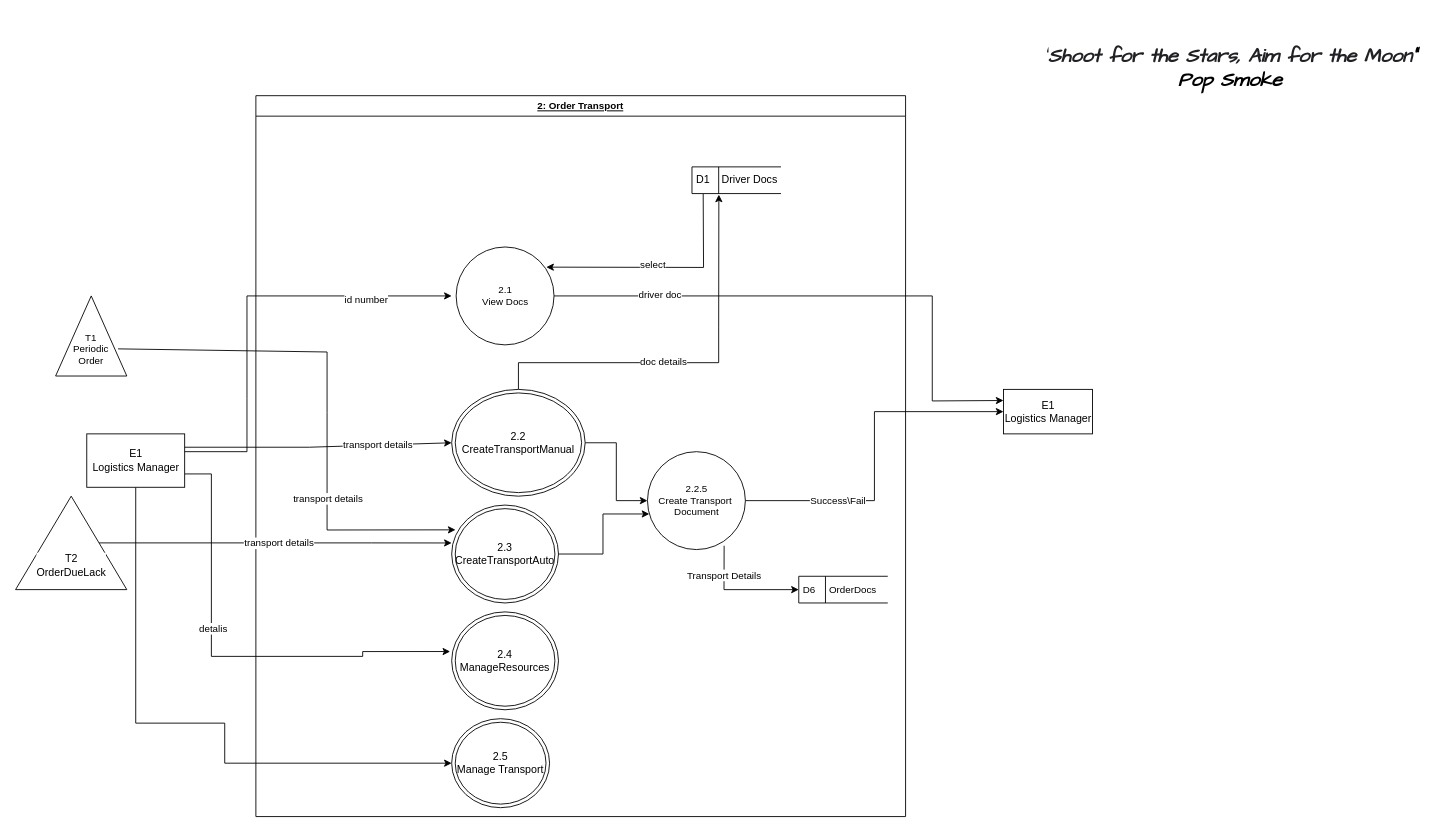
Earlier version of the draw.io diagram page "2" (1 of 6) of docs/DFD/DFDTransport.drawio (Naveavra/Market). Source tidied: cells renumbered, new cells numbered last; positions are measured from the earlier drawing's top-left corner, leaving out a move shared by most shapes. Both pictures are drawn from the tidied source at 89%, with x=0, y=0 at pixel (24, 15).
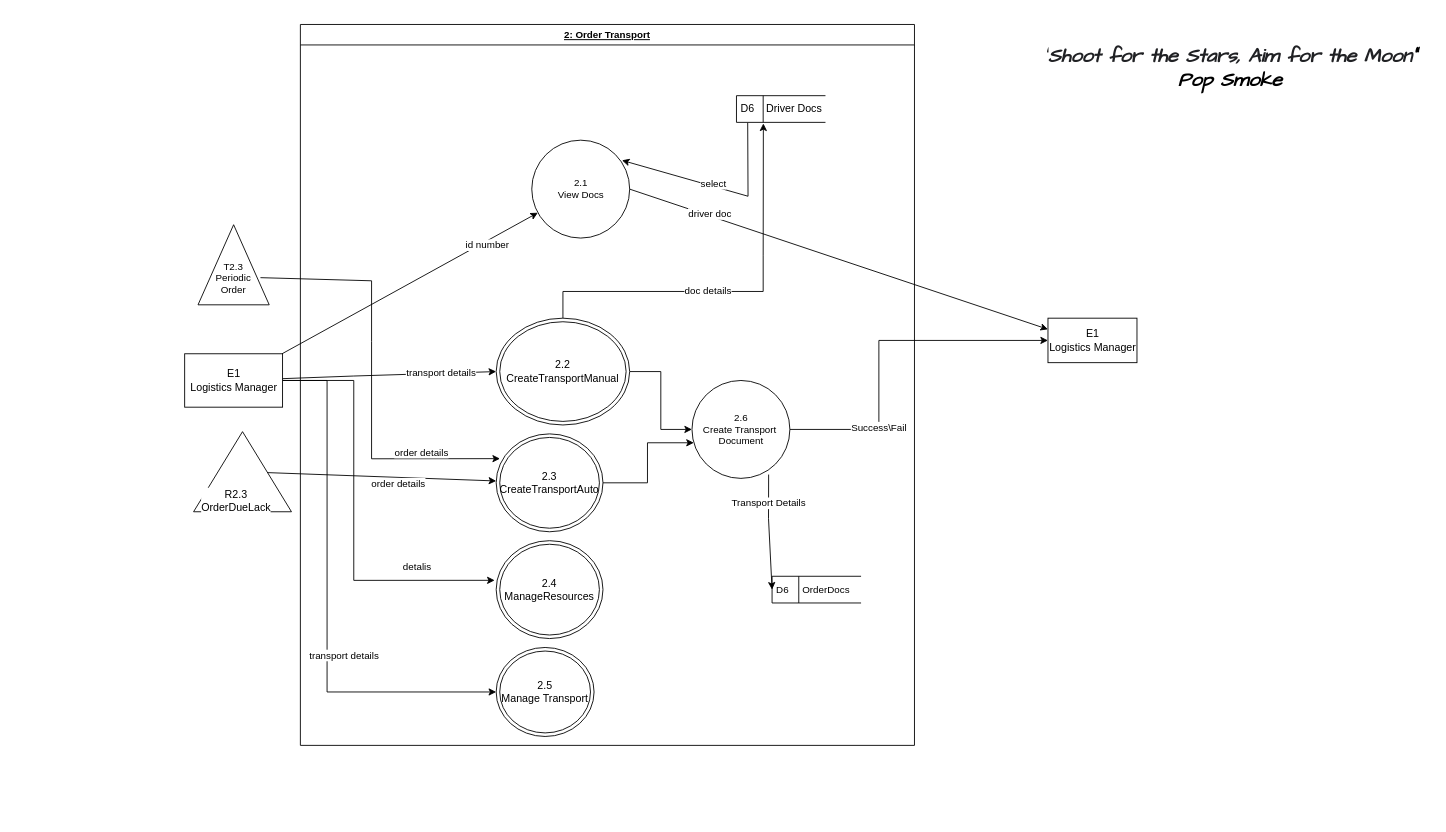
Above is the later version.

The change refers to these unchanged cells:
```xml
<mxCell id="25" value="2.4&lt;br&gt;ManageResources" style="ellipse;shape=doubleEllipse;whiteSpace=wrap;html=1;" parent="24" vertex="1">
  <mxGeometry x="220" y="580" width="120" height="110" as="geometry" />
</mxCell>
<mxCell id="26" value="2.5&lt;br&gt;Manage Transport" style="ellipse;shape=doubleEllipse;whiteSpace=wrap;html=1;" parent="24" vertex="1">
  <mxGeometry x="220" y="700" width="110" height="100" as="geometry" />
</mxCell>
<mxCell id="28" value="2.3&lt;br&gt;CreateTransportAuto" style="ellipse;shape=doubleEllipse;whiteSpace=wrap;html=1;" parent="24" vertex="1">
  <mxGeometry x="220" y="460" width="120" height="110" as="geometry" />
</mxCell>
<mxCell id="30" value="2.2&lt;br&gt;CreateTransportManual" style="ellipse;shape=doubleEllipse;whiteSpace=wrap;html=1;" parent="24" vertex="1">
  <mxGeometry x="220" y="330" width="150" height="120" as="geometry" />
</mxCell>
```

What changed in the source:
```diff
@@
-    <mxCell id="2" style="edgeStyle=orthogonalEdgeStyle;rounded=0;jettySize=auto;html=1;entryX=-0.014;entryY=0.405;entryDx=0;entryDy=0;exitX=1;exitY=0.75;exitDx=0;exitDy=0;entryPerimeter=0;" parent="1" edge="1" source="5" target="25">
+    <mxCell id="2" style="edgeStyle=orthogonalEdgeStyle;rounded=0;jettySize=auto;html=1;entryX=-0.014;entryY=0.405;entryDx=0;entryDy=0;entryPerimeter=0;" parent="1" edge="1" source="5" target="25">
       <mxGeometry relative="1" as="geometry">
         <Array as="points">
-          <mxPoint x="210" y="720" />
-          <mxPoint x="380" y="720" />
-          <mxPoint x="380" y="715" />
+          <mxPoint x="370" y="410" />
+          <mxPoint x="370" y="635" />
         </Array>
       </mxGeometry>
     </mxCell>
     <mxCell id="3" value="detalis" style="edgeLabel;html=1;align=center;verticalAlign=middle;fontSize=11;" parent="2" vertex="1">
-      <mxGeometry x="-0.2" y="1" relative="1" as="geometry" />
+      <mxGeometry x="-0.2" y="1" relative="1" as="geometry">
+        <mxPoint x="69" y="104" as="offset" />
+      </mxGeometry>
     </mxCell>
     <mxCell id="4" style="edgeStyle=orthogonalEdgeStyle;rounded=0;jettySize=auto;html=1;entryX=0;entryY=0.5;entryDx=0;entryDy=0;fontSize=10;" parent="1" edge="1" source="5" target="26">
       <mxGeometry relative="1" as="geometry">
         <Array as="points">
-          <mxPoint x="225" y="795" />
+          <mxPoint x="340" y="410" />
+          <mxPoint x="340" y="760" />
         </Array>
       </mxGeometry>
     </mxCell>
     <mxCell id="5" value="E1&lt;br&gt;Logistics Manager" style="html=1;" parent="1" vertex="1">
-      <mxGeometry x="70" y="470" width="110" height="60" as="geometry" />
+      <mxGeometry x="180" y="380" width="110" height="60" as="geometry" />
     </mxCell>
-    <mxCell id="6" style="endArrow=classic;html=1;rounded=0;exitX=1;exitY=0.25;exitDx=0;exitDy=0;entryX=0;entryY=0.5;entryDx=0;entryDy=0;" parent="1" edge="1" source="5" target="30">
+    <mxCell id="6" style="endArrow=classic;html=1;rounded=0;entryX=0;entryY=0.5;entryDx=0;entryDy=0;" parent="1" edge="1" source="5" target="30">
       <mxGeometry relative="1" as="geometry">
         <Array as="points">
-          <mxPoint x="320" y="485" />
+          <mxPoint x="370" y="405" />
         </Array>
       </mxGeometry>
     </mxCell>
@@
-    <mxCell id="8" value="D1&amp;nbsp; &amp;nbsp; Driver Docs" style="html=1;dashed=0;whitespace=wrap;shape=mxgraph.dfd.dataStoreID;align=left;spacingLeft=3;points=[[0,0],[0.5,0],[1,0],[0,0.5],[1,0.5],[0,1],[0.5,1],[1,1]];" parent="1" vertex="1">
-      <mxGeometry x="750" y="170" width="100" height="30" as="geometry" />
+    <mxCell id="8" value="D6&amp;nbsp; &amp;nbsp; Driver Docs" style="html=1;dashed=0;whitespace=wrap;shape=mxgraph.dfd.dataStoreID;align=left;spacingLeft=3;points=[[0,0],[0.5,0],[1,0],[0,0.5],[1,0.5],[0,1],[0.5,1],[1,1]];" parent="1" vertex="1">
+      <mxGeometry x="800" y="90" width="100" height="30" as="geometry" />
     </mxCell>
-    <mxCell id="9" style="endArrow=classic;html=1;rounded=0;entryX=0;entryY=0.5;entryDx=0;entryDy=0;" parent="1" edge="1">
-      <mxGeometry relative="1" as="geometry">
-        <mxPoint x="180" y="490" as="sourcePoint" />
-        <mxPoint x="480" y="315" as="targetPoint" />
-        <Array as="points">
-          <mxPoint x="180" y="490" />
-          <mxPoint x="250" y="490" />
-          <mxPoint x="250" y="430" />
-          <mxPoint x="250" y="315" />
-        </Array>
-      </mxGeometry>
+    <mxCell id="9" style="endArrow=classic;html=1;rounded=0;" parent="1" edge="1" source="5" target="23">
+      <mxGeometry relative="1" as="geometry" />
     </mxCell>
@@
     <mxCell id="11" value="E1&lt;br&gt;Logistics Manager" style="html=1;dashed=0;whitespace=wrap;" parent="1" vertex="1">
-      <mxGeometry x="1100" y="420" width="100" height="50" as="geometry" />
+      <mxGeometry x="1150" y="340" width="100" height="50" as="geometry" />
     </mxCell>
     <mxCell id="12" style="endArrow=classic;html=1;rounded=0;fontFamily=Comic Sans MS;fontSize=24;entryX=0;entryY=0.25;entryDx=0;entryDy=0;exitX=1;exitY=0.5;exitDx=0;exitDy=0;" parent="1" edge="1" source="23" target="11">
-      <mxGeometry relative="1" as="geometry">
-        <Array as="points">
-          <mxPoint x="1020" y="315" />
-          <mxPoint x="1020" y="433" />
-        </Array>
-      </mxGeometry>
+      <mxGeometry relative="1" as="geometry" />
     </mxCell>
@@
     <mxCell id="14" style="triangle;whiteSpace=wrap;html=1;fontFamily=Helvetica;fontSize=11;rotation=-90;" parent="1" vertex="1">
-      <mxGeometry x="30" y="320" width="90" height="80" as="geometry" />
+      <mxGeometry x="190" y="240" width="90" height="80" as="geometry" />
     </mxCell>
-    <mxCell id="15" value="T1&lt;br&gt;Periodic&lt;br&gt;Order" style="text;html=1;strokeColor=none;fillColor=none;align=center;verticalAlign=middle;whiteSpace=wrap;rounded=0;fontFamily=Helvetica;fontSize=11;" parent="1" vertex="1">
-      <mxGeometry x="45" y="360" width="60" height="30" as="geometry" />
+    <mxCell id="15" value="T2.3&lt;br&gt;Periodic&lt;br&gt;Order" style="text;html=1;strokeColor=none;fillColor=none;align=center;verticalAlign=middle;whiteSpace=wrap;rounded=0;fontFamily=Helvetica;fontSize=11;" parent="1" vertex="1">
+      <mxGeometry x="205" y="280" width="60" height="30" as="geometry" />
     </mxCell>
     <mxCell id="16" style="endArrow=classic;html=1;rounded=0;fontFamily=Helvetica;fontSize=11;entryX=0.036;entryY=0.253;entryDx=0;entryDy=0;exitX=0.339;exitY=0.877;exitDx=0;exitDy=0;exitPerimeter=0;entryPerimeter=0;" parent="1" edge="1" source="14" target="28">
       <mxGeometry relative="1" as="geometry">
         <Array as="points">
-          <mxPoint x="340" y="378" />
-          <mxPoint x="340" y="446" />
-          <mxPoint x="340" y="578" />
+          <mxPoint x="390" y="298" />
+          <mxPoint x="390" y="366" />
+          <mxPoint x="390" y="498" />
         </Array>
       </mxGeometry>
     </mxCell>
-    <mxCell id="17" value="transport details" style="edgeLabel;html=1;align=center;verticalAlign=middle;fontSize=11;fontFamily=Helvetica;" parent="16" vertex="1">
-      <mxGeometry x="0.07" relative="1" as="geometry">
-        <mxPoint y="89" as="offset" />
-      </mxGeometry>
-    </mxCell>
+    <mxCell id="41" value="order details" style="edgeLabel;html=1;align=center;verticalAlign=middle;" parent="16" vertex="1">
+      <mxGeometry x="0.62" y="7" relative="1" as="geometry" />
+    </mxCell>
@@
     <mxCell id="19" style="endArrow=classic;html=1;rounded=0;fontFamily=Helvetica;fontSize=11;entryX=0.302;entryY=1.039;entryDx=0;entryDy=0;entryPerimeter=0;exitX=0.5;exitY=0;exitDx=0;exitDy=0;" parent="1" edge="1" source="30" target="8">
       <mxGeometry relative="1" as="geometry">
         <Array as="points">
-          <mxPoint x="555" y="390" />
-          <mxPoint x="780" y="390" />
-          <mxPoint x="780" y="350" />
+          <mxPoint x="605" y="310" />
+          <mxPoint x="830" y="310" />
+          <mxPoint x="830" y="270" />
         </Array>
       </mxGeometry>
     </mxCell>
@@
     <mxCell id="21" style="endArrow=classic;html=1;rounded=0;fontFamily=Helvetica;fontSize=11;entryX=0.921;entryY=0.206;entryDx=0;entryDy=0;exitX=0.126;exitY=1.016;exitDx=0;exitDy=0;exitPerimeter=0;entryPerimeter=0;" parent="1" edge="1" source="8" target="23">
       <mxGeometry relative="1" as="geometry">
         <Array as="points">
-          <mxPoint x="763" y="283" />
+          <mxPoint x="813" y="203" />
         </Array>
       </mxGeometry>
     </mxCell>
@@
-    <mxCell id="23" value="2.1&lt;br&gt;View Docs" style="shape=ellipse;html=1;dashed=0;whitespace=wrap;perimeter=ellipsePerimeter;fontFamily=Helvetica;fontSize=11;" parent="1" vertex="1">
-      <mxGeometry x="485" y="260" width="110" height="110" as="geometry" />
-    </mxCell>
     <mxCell id="24" value="2: Order Transport" style="swimlane;fontSize=11;fontStyle=5;" parent="1" vertex="1">
-      <mxGeometry x="260" y="90" width="730" height="810" as="geometry" />
+      <mxGeometry x="310" y="10" width="690" height="810" as="geometry" />
     </mxCell>
@@
-    <mxCell id="31" value="2.2.5&lt;br&gt;Create Transport&amp;nbsp;&lt;br&gt;Document" style="shape=ellipse;html=1;dashed=0;whitespace=wrap;perimeter=ellipsePerimeter;fontFamily=Helvetica;fontSize=11;" parent="24" vertex="1">
+    <mxCell id="31" value="2.6&lt;br&gt;Create Transport&amp;nbsp;&lt;br&gt;Document" style="shape=ellipse;html=1;dashed=0;whitespace=wrap;perimeter=ellipsePerimeter;fontFamily=Helvetica;fontSize=11;" parent="24" vertex="1">
       <mxGeometry x="440" y="400" width="110" height="110" as="geometry" />
     </mxCell>
     <mxCell id="32" value="D6&amp;nbsp; &amp;nbsp; &amp;nbsp;OrderDocs" style="html=1;dashed=0;whitespace=wrap;shape=mxgraph.dfd.dataStoreID;align=left;spacingLeft=3;points=[[0,0],[0.5,0],[1,0],[0,0.5],[1,0.5],[0,1],[0.5,1],[1,1]];fontFamily=Helvetica;fontSize=11;" parent="24" vertex="1">
-      <mxGeometry x="610" y="540" width="100" height="30" as="geometry" />
+      <mxGeometry x="530" y="620" width="100" height="30" as="geometry" />
     </mxCell>
@@
-    <mxCell id="35" style="edgeStyle=orthogonalEdgeStyle;rounded=0;jettySize=auto;html=1;entryX=0;entryY=0.387;entryDx=0;entryDy=0;entryPerimeter=0;" parent="1" edge="1" source="36" target="28">
-      <mxGeometry relative="1" as="geometry">
-        <Array as="points">
-          <mxPoint x="390" y="593" />
-          <mxPoint x="390" y="593" />
-        </Array>
-      </mxGeometry>
-    </mxCell>
+    <mxCell id="23" value="2.1&lt;br&gt;View Docs" style="shape=ellipse;html=1;dashed=0;whitespace=wrap;perimeter=ellipsePerimeter;fontFamily=Helvetica;fontSize=11;" parent="24" vertex="1">
+      <mxGeometry x="260" y="130" width="110" height="110" as="geometry" />
+    </mxCell>
+    <mxCell id="37" value="transport details" style="edgeLabel;html=1;align=center;verticalAlign=middle;fontSize=11;fontFamily=Helvetica;" parent="24" vertex="1">
+      <mxGeometry x="-20" y="700" as="geometry">
+        <mxPoint x="68" y="8" as="offset" />
+      </mxGeometry>
+    </mxCell>
     <mxCell id="36" style="triangle;whiteSpace=wrap;html=1;fontFamily=Helvetica;fontSize=11;rotation=-90;" parent="1" vertex="1">
-      <mxGeometry y="530" width="105" height="125" as="geometry" />
+      <mxGeometry x="200" y="457.5" width="90" height="110" as="geometry" />
     </mxCell>
-    <mxCell id="37" value="transport details" style="edgeLabel;html=1;align=center;verticalAlign=middle;fontSize=11;fontFamily=Helvetica;" parent="1" vertex="1">
-      <mxGeometry x="285" y="592.5" as="geometry" />
-    </mxCell>
     <mxCell id="38" style="edgeStyle=orthogonalEdgeStyle;rounded=0;jettySize=auto;html=1;entryX=0;entryY=0.5;entryDx=0;entryDy=0;" parent="1" edge="1" source="31" target="11">
-      <mxGeometry relative="1" as="geometry" />
+      <mxGeometry relative="1" as="geometry">
+        <Array as="points">
+          <mxPoint x="960" y="465" />
+          <mxPoint x="960" y="365" />
+        </Array>
+      </mxGeometry>
     </mxCell>
@@
-    <mxCell id="40" value="T2&lt;br&gt;OrderDueLack" style="text;html=1;strokeColor=none;fillColor=none;align=center;verticalAlign=middle;whiteSpace=wrap;rounded=0;labelBackgroundColor=#FFFFFF;" parent="1" vertex="1">
-      <mxGeometry x="13.8" y="600" width="77.5" height="35" as="geometry" />
+    <mxCell id="40" value="R2.3&lt;br&gt;OrderDueLack" style="text;html=1;strokeColor=none;fillColor=none;align=center;verticalAlign=middle;whiteSpace=wrap;rounded=0;labelBackgroundColor=#FFFFFF;" parent="1" vertex="1">
+      <mxGeometry x="198.8" y="527.5" width="77.5" height="35" as="geometry" />
     </mxCell>
+    <mxCell id="35" style="endArrow=classic;html=1;rounded=0;" parent="1" edge="1" source="36" target="28">
+      <mxGeometry relative="1" as="geometry" />
+    </mxCell>
+    <mxCell id="42" value="order details" style="edgeLabel;html=1;align=center;verticalAlign=middle;" parent="35" vertex="1">
+      <mxGeometry x="-0.02" y="-7" relative="1" as="geometry">
+        <mxPoint x="21" as="offset" />
+      </mxGeometry>
+    </mxCell>
```
